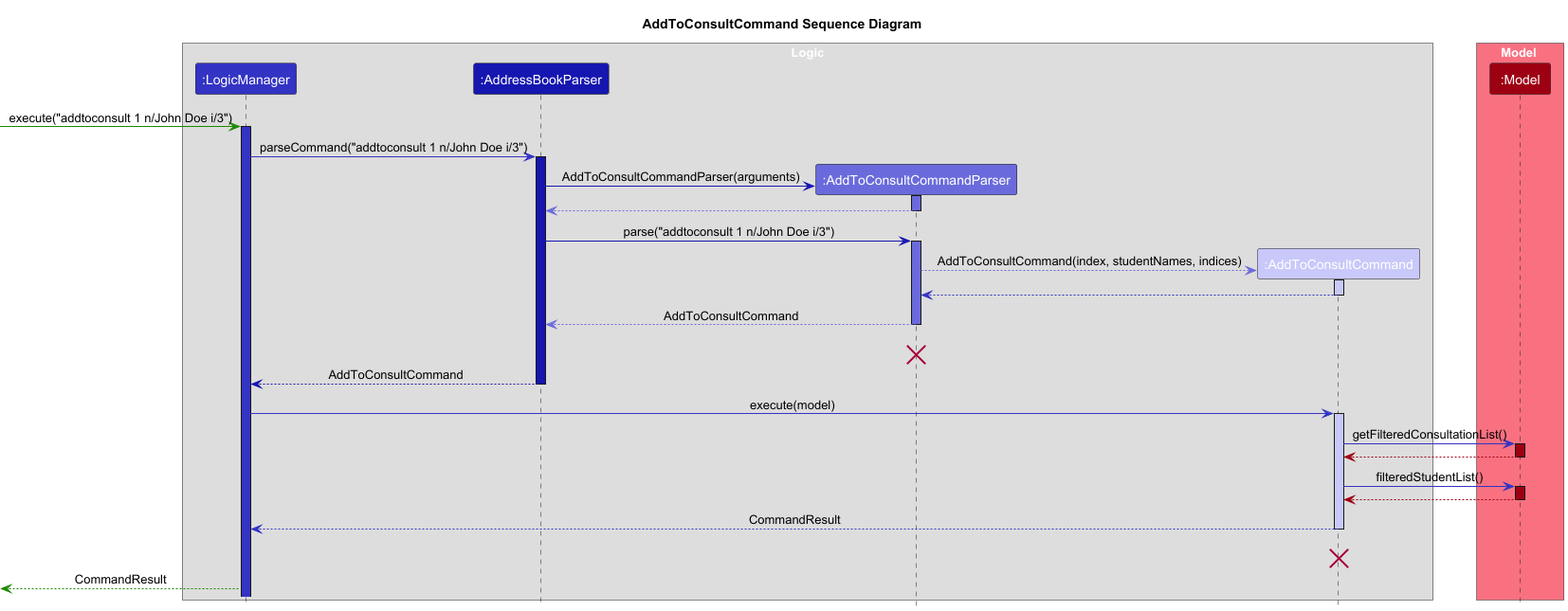
Earlier version of the PlantUML export docs/images/Consultation/SequenceDiagramAddToConsultCommand.png (nus-cs2103-AY2425S1/tp).
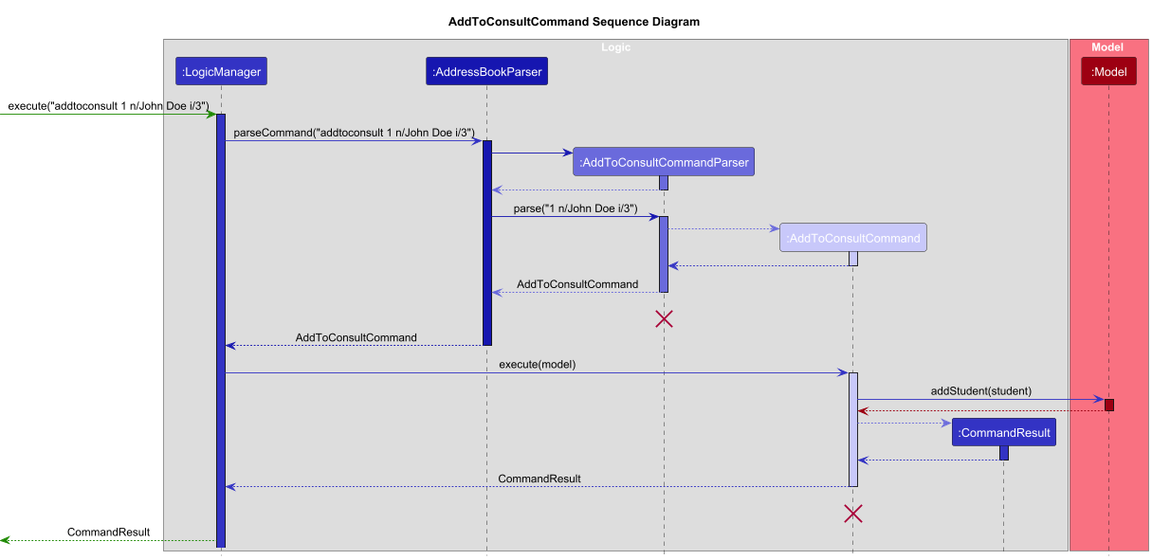
After the change.

Commit message:
Add sequence diagram to DG

Change to the diagram source:
```diff
@@ -5,10 +5,11 @@
 title AddToConsultCommand Sequence Diagram
 
 box Logic
-Participant ":LogicManager" as LogicManager LOGIC_COLOR
-Participant ":AddressBookParser" as addressBookParser LOGIC_COLOR_T3
-Participant ":AddToConsultCommandParser" as AddToConsultCommandParser LOGIC_COLOR_T2
-Participant ":AddToConsultCommand" as AddToConsultCommand LOGIC_COLOR_T1
+participant ":LogicManager" as LogicManager LOGIC_COLOR
+participant ":AddressBookParser" as addressBookParser LOGIC_COLOR_T3
+participant ":AddToConsultCommandParser" as AddToConsultCommandParser LOGIC_COLOR_T2
+participant ":AddToConsultCommand" as AddToConsultCommand LOGIC_COLOR_T1
+participant ":CommandResult" as CommandResult LOGIC_COLOR
 end box
 
 box Model MODEL_COLOR_T1
@@ -22,17 +23,17 @@
 activate addressBookParser LOGIC_COLOR_T3
 
 create AddToConsultCommandParser
-addressBookParser -[LOGIC_COLOR_T3]> AddToConsultCommandParser : AddToConsultCommandParser(arguments)
+addressBookParser -[LOGIC_COLOR_T3]> AddToConsultCommandParser :
 activate AddToConsultCommandParser LOGIC_COLOR_T2
 
 AddToConsultCommandParser --[LOGIC_COLOR_T2]> addressBookParser
 deactivate AddToConsultCommandParser
 
-addressBookParser -[LOGIC_COLOR_T3]> AddToConsultCommandParser : parse("addtoconsult 1 n/John Doe i/3")
+addressBookParser -[LOGIC_COLOR_T3]> AddToConsultCommandParser : parse("1 n/John Doe i/3")
 activate AddToConsultCommandParser LOGIC_COLOR_T2
 
 create AddToConsultCommand
-AddToConsultCommandParser --[LOGIC_COLOR_T2]> AddToConsultCommand : AddToConsultCommand(index, studentNames, indices)
+AddToConsultCommandParser --[LOGIC_COLOR_T2]> AddToConsultCommand :
 activate AddToConsultCommand LOGIC_COLOR_T1
 
 AddToConsultCommand --[LOGIC_COLOR]> AddToConsultCommandParser
@@ -50,17 +51,19 @@
 LogicManager -[LOGIC_COLOR]> AddToConsultCommand : execute(model)
 activate AddToConsultCommand LOGIC_COLOR_T1
 
-AddToConsultCommand -[LOGIC_COLOR]> model : getFilteredConsultationList()
+AddToConsultCommand -[LOGIC_COLOR]> model : addStudent(student)
 activate model MODEL_COLOR
+
 
 model -[MODEL_COLOR]-> AddToConsultCommand
 deactivate model
 
-AddToConsultCommand -[LOGIC_COLOR]> model : filteredStudentList()
-activate model MODEL_COLOR
+create CommandResult
+AddToConsultCommand --[LOGIC_COLOR_T2]> CommandResult
+activate CommandResult LOGIC_COLOR
+CommandResult --[LOGIC_COLOR]> AddToConsultCommand
+deactivate CommandResult
 
-model -[MODEL_COLOR]-> AddToConsultCommand
-deactivate model
 
 AddToConsultCommand --[LOGIC_COLOR]> LogicManager : CommandResult
 deactivate AddToConsultCommand LOGIC_COLOR_T1
```
